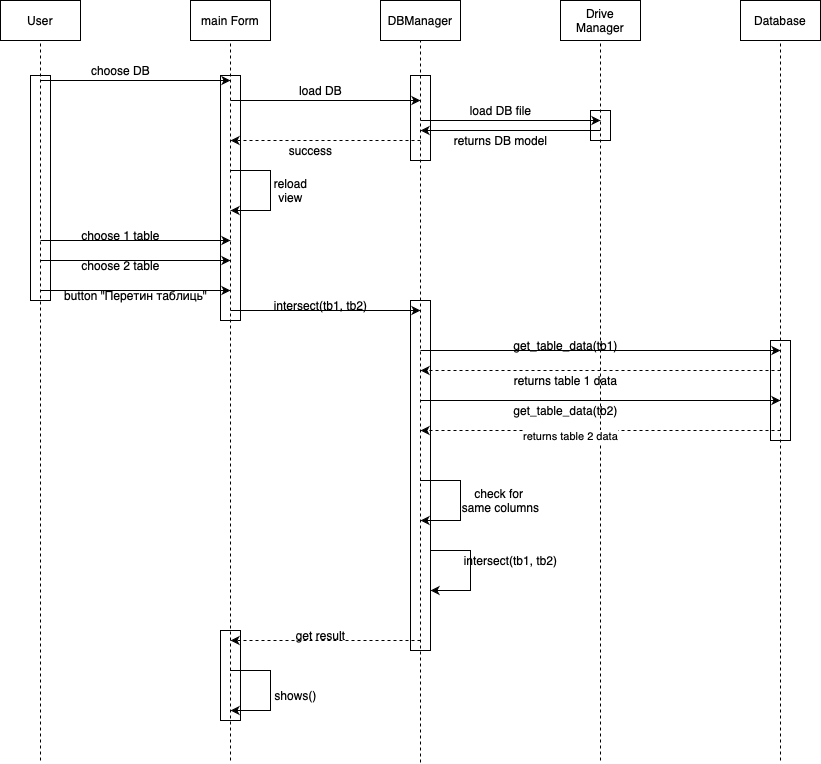
This is DeploymentDiagramIntersectTables.drawio.png from zayatsliza/IT, a draw.io export, as it was before one commit. Source tidied: cells renumbered, new cells last; positions are measured from the earlier drawing's top-left corner, leaving out a move shared by most shapes.
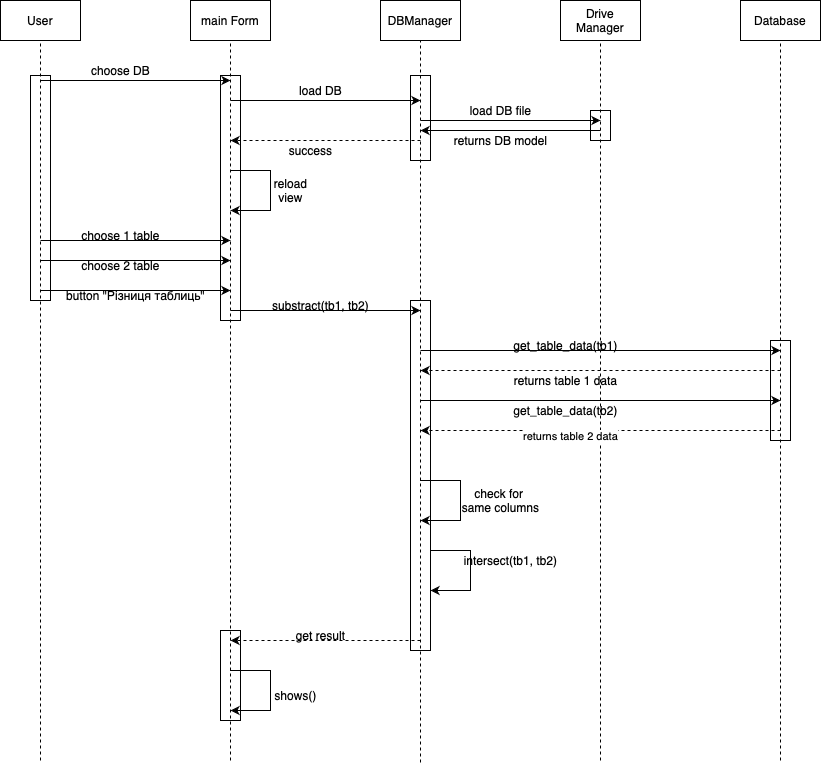
The same diagram one commit later.

The edit, as a diff of the source:
```diff
@@ -124,8 +124,8 @@
         <mxPoint x="230" y="290" as="targetPoint" />
       </mxGeometry>
     </mxCell>
-    <mxCell id="29" value="button &quot;Перетин таблиць&quot;" style="text;html=1;align=center;verticalAlign=middle;strokeColor=none;fillColor=none;" parent="1" vertex="1">
-      <mxGeometry x="50" y="280" width="170" height="30" as="geometry" />
+    <mxCell id="29" value="button &quot;Різниця таблиць&quot;" style="text;html=1;align=center;verticalAlign=middle;strokeColor=none;fillColor=none;" parent="1" vertex="1">
+      <mxGeometry x="55" y="280" width="160" height="30" as="geometry" />
     </mxCell>
     <mxCell id="30" style="endArrow=classic;html=1;rounded=0;" parent="1" edge="1">
       <mxGeometry relative="1" as="geometry">
@@ -133,7 +133,7 @@
         <mxPoint x="420" y="310" as="targetPoint" />
       </mxGeometry>
     </mxCell>
-    <mxCell id="31" value="intersect(tb1, tb2)" style="text;html=1;align=center;verticalAlign=middle;strokeColor=none;fillColor=none;" parent="1" vertex="1">
+    <mxCell id="31" value="substract(tb1, tb2)" style="text;html=1;align=center;verticalAlign=middle;strokeColor=none;fillColor=none;" parent="1" vertex="1">
       <mxGeometry x="260" y="290" width="120" height="30" as="geometry" />
     </mxCell>
     <mxCell id="32" style="endArrow=classic;html=1;rounded=0;" parent="1" edge="1">
```
